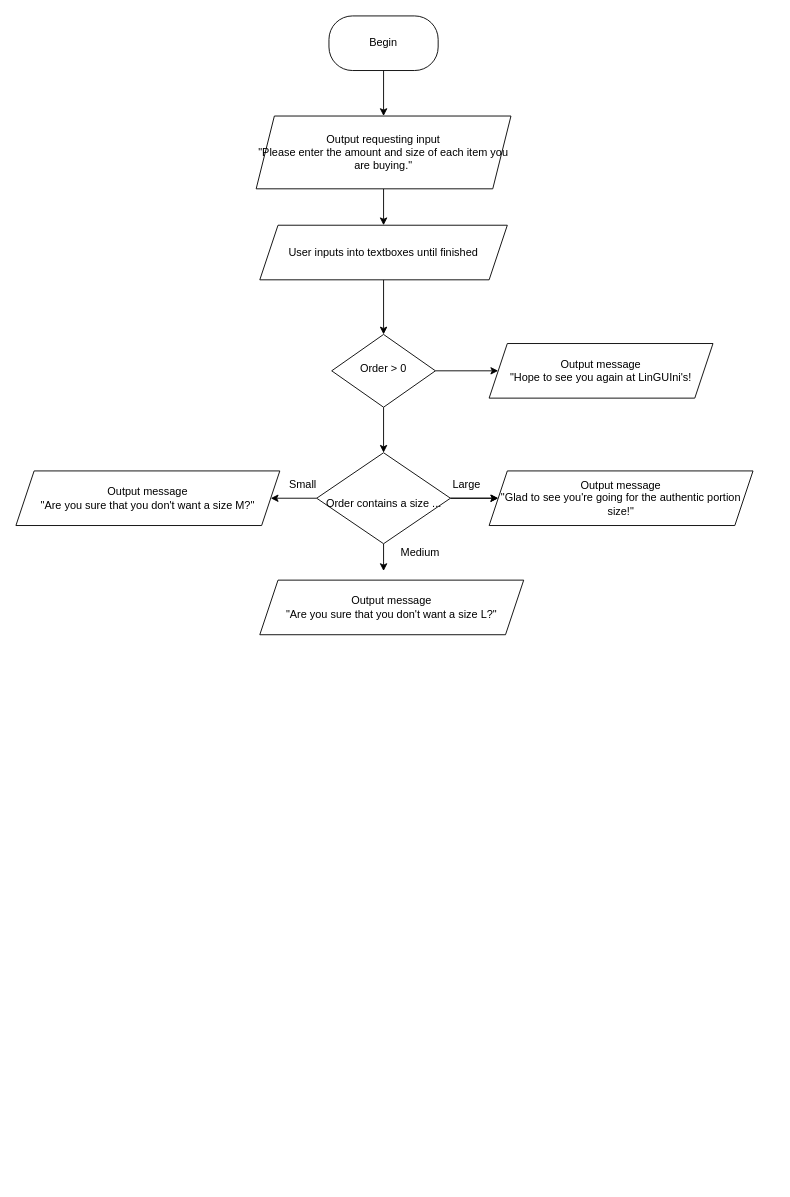
Above: ChongAssignment7_Flowchart.drawio in r-chong/ICS3U1_javaProjects (draw.io), before the change. Source tidied: cells renumbered, new cells numbered last; positions are measured from the earlier drawing's top-left corner, leaving out a move shared by most shapes. Both pictures are drawn from the tidied source at 91%, with x=0, y=0 at pixel (15, 15).
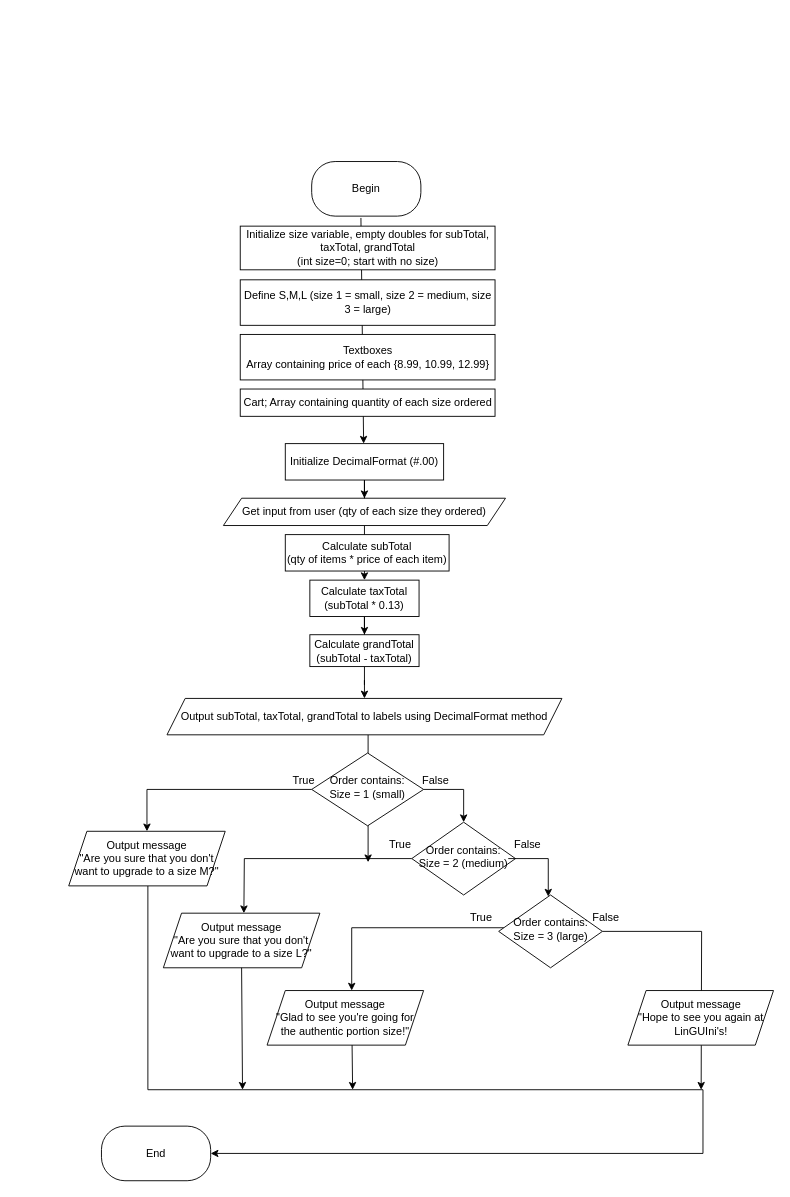
The same page after the edit.

Commit message (it also covers changes not shown here):
finished flowchart

Change to the diagram source:
```diff
@@
-    <mxCell id="2" style="edgeStyle=orthogonalEdgeStyle;rounded=0;jettySize=auto;html=1;" parent="1" edge="1" source="4" target="16">
-      <mxGeometry relative="1" as="geometry" />
-    </mxCell>
-    <mxCell id="3" style="edgeStyle=orthogonalEdgeStyle;rounded=0;jettySize=auto;html=1;" parent="1" edge="1" source="4" target="9">
-      <mxGeometry relative="1" as="geometry" />
-    </mxCell>
-    <mxCell id="4" value="Order &amp;gt; 0" style="rhombus;whiteSpace=wrap;html=1;shadow=0;fontFamily=Helvetica;fontSize=12;align=center;strokeWidth=1;spacing=6;spacingTop=-4;" parent="1" vertex="1">
-      <mxGeometry x="347" y="350" width="114" height="80" as="geometry" />
-    </mxCell>
-    <mxCell id="5" style="edgeStyle=orthogonalEdgeStyle;rounded=0;jettySize=auto;html=1;" parent="1" edge="1" source="9">
-      <mxGeometry relative="1" as="geometry">
-        <mxPoint x="404" y="610" as="targetPoint" />
-      </mxGeometry>
-    </mxCell>
-    <mxCell id="6" style="edgeStyle=orthogonalEdgeStyle;rounded=0;jettySize=auto;html=1;" parent="1" edge="1" source="9" target="17">
-      <mxGeometry relative="1" as="geometry" />
-    </mxCell>
-    <mxCell id="7" style="edgeStyle=orthogonalEdgeStyle;rounded=0;jettySize=auto;html=1;" parent="1" edge="1" source="9" target="17">
-      <mxGeometry relative="1" as="geometry" />
-    </mxCell>
-    <mxCell id="8" style="edgeStyle=orthogonalEdgeStyle;rounded=0;jettySize=auto;html=1;" parent="1" edge="1" source="9" target="21">
-      <mxGeometry relative="1" as="geometry" />
-    </mxCell>
-    <mxCell id="9" value="&lt;br&gt;Order contains a size ..." style="rhombus;whiteSpace=wrap;html=1;shadow=0;fontFamily=Helvetica;fontSize=12;align=center;strokeWidth=1;spacing=6;spacingTop=-4;" parent="1" vertex="1">
-      <mxGeometry x="330.5" y="480" width="147" height="100" as="geometry" />
-    </mxCell>
-    <mxCell id="10" style="edgeStyle=orthogonalEdgeStyle;rounded=0;jettySize=auto;html=1;" parent="1" edge="1" source="11" target="15">
-      <mxGeometry relative="1" as="geometry" />
-    </mxCell>
     <mxCell id="11" value="Begin" style="rounded=1;whiteSpace=wrap;html=1;arcSize=43;" parent="1" vertex="1">
-      <mxGeometry x="344" width="120" height="60" as="geometry" />
+      <mxGeometry x="325" y="160" width="120" height="60" as="geometry" />
     </mxCell>
-    <mxCell id="12" style="edgeStyle=orthogonalEdgeStyle;rounded=0;jettySize=auto;html=1;" parent="1" edge="1" source="13" target="4">
-      <mxGeometry relative="1" as="geometry" />
+    <mxCell id="12" style="edgeStyle=orthogonalEdgeStyle;rounded=0;orthogonalLoop=1;jettySize=auto;html=1;" parent="1" edge="1">
+      <mxGeometry relative="1" as="geometry">
+        <mxPoint x="387" y="790" as="sourcePoint" />
+        <mxPoint x="387" y="930" as="targetPoint" />
+      </mxGeometry>
     </mxCell>
-    <mxCell id="13" value="User inputs into textboxes until finished" style="shape=parallelogram;perimeter=parallelogramPerimeter;whiteSpace=wrap;html=1;fixedSize=1;" parent="1" vertex="1">
-      <mxGeometry x="268" y="230" width="272" height="60" as="geometry" />
-    </mxCell>
-    <mxCell id="14" style="edgeStyle=orthogonalEdgeStyle;rounded=0;jettySize=auto;html=1;entryX=0.5;entryY=0;entryDx=0;entryDy=0;" parent="1" edge="1" source="15" target="13">
-      <mxGeometry relative="1" as="geometry" />
-    </mxCell>
+    <mxCell id="23" style="edgeStyle=orthogonalEdgeStyle;rounded=0;jettySize=auto;html=1;" parent="1" edge="1" source="15" target="46">
+      <mxGeometry relative="1" as="geometry" />
+    </mxCell>
-    <mxCell id="15" value="Output requesting input&lt;br&gt;&quot;Please enter the amount and size of each item you are buying.&quot;" style="shape=parallelogram;perimeter=parallelogramPerimeter;whiteSpace=wrap;html=1;fixedSize=1;" parent="1" vertex="1">
-      <mxGeometry x="264" y="110" width="280" height="80" as="geometry" />
+    <mxCell id="15" value="Get input from user (qty of each size they ordered)" style="shape=parallelogram;perimeter=parallelogramPerimeter;whiteSpace=wrap;html=1;fixedSize=1;" parent="1" vertex="1">
+      <mxGeometry x="228" y="530" width="310" height="30" as="geometry" />
     </mxCell>
+    <mxCell id="24" style="edgeStyle=orthogonalEdgeStyle;rounded=0;jettySize=auto;html=1;" parent="1" edge="1" source="21" target="25">
+      <mxGeometry relative="1" as="geometry">
+        <Array as="points">
+          <mxPoint x="145" y="1180" />
+          <mxPoint x="755" y="1180" />
+          <mxPoint x="755" y="1250" />
+        </Array>
+      </mxGeometry>
+    </mxCell>
+    <mxCell id="21" value="Output message&lt;br&gt;&quot;Are you sure that you don't want to upgrade to a size M?&quot;" style="shape=parallelogram;perimeter=parallelogramPerimeter;whiteSpace=wrap;html=1;fixedSize=1;" parent="1" vertex="1">
+      <mxGeometry x="58" y="896" width="172" height="60" as="geometry" />
+    </mxCell>
+    <mxCell id="25" value="End" style="rounded=1;whiteSpace=wrap;html=1;arcSize=43;" parent="1" vertex="1">
+      <mxGeometry x="94" y="1220" width="120" height="60" as="geometry" />
+    </mxCell>
+    <mxCell id="26" style="edgeStyle=orthogonalEdgeStyle;rounded=0;jettySize=auto;html=1;" parent="1" edge="1" source="28" target="30">
+      <mxGeometry relative="1" as="geometry">
+        <Array as="points">
+          <mxPoint x="492" y="850" />
+        </Array>
+      </mxGeometry>
+    </mxCell>
+    <mxCell id="27" style="edgeStyle=orthogonalEdgeStyle;rounded=0;jettySize=auto;html=1;" parent="1" edge="1" source="28" target="21">
+      <mxGeometry relative="1" as="geometry" />
+    </mxCell>
+    <mxCell id="28" value="Order contains:&lt;br&gt;Size = 1 (small)" style="rhombus;whiteSpace=wrap;html=1;shadow=0;fontFamily=Helvetica;fontSize=12;align=center;strokeWidth=1;spacing=6;spacingTop=-4;" parent="1" vertex="1">
+      <mxGeometry x="325" y="810" width="123" height="80" as="geometry" />
+    </mxCell>
+    <mxCell id="29" style="edgeStyle=orthogonalEdgeStyle;rounded=0;jettySize=auto;html=1;" parent="1" edge="1" source="30">
+      <mxGeometry relative="1" as="geometry">
+        <mxPoint x="250.5" y="986" as="targetPoint" />
+      </mxGeometry>
+    </mxCell>
+    <mxCell id="30" value="Order contains:&lt;br&gt;Size = 2 (medium)" style="rhombus;whiteSpace=wrap;html=1;shadow=0;fontFamily=Helvetica;fontSize=12;align=center;strokeWidth=1;spacing=6;spacingTop=-4;" parent="1" vertex="1">
+      <mxGeometry x="435" y="886" width="114" height="80" as="geometry" />
+    </mxCell>
+    <mxCell id="31" style="edgeStyle=orthogonalEdgeStyle;rounded=0;jettySize=auto;html=1;" parent="1" edge="1" target="34">
+      <mxGeometry relative="1" as="geometry">
+        <mxPoint x="541" y="926" as="sourcePoint" />
+        <Array as="points">
+          <mxPoint x="585" y="926" />
+        </Array>
+      </mxGeometry>
+    </mxCell>
+    <mxCell id="32" style="edgeStyle=orthogonalEdgeStyle;rounded=0;jettySize=auto;html=1;" parent="1" edge="1" source="34">
+      <mxGeometry relative="1" as="geometry">
+        <mxPoint x="369" y="1071" as="targetPoint" />
+        <Array as="points">
+          <mxPoint x="368.5" y="1002" />
+        </Array>
+      </mxGeometry>
+    </mxCell>
+    <mxCell id="33" style="edgeStyle=orthogonalEdgeStyle;rounded=0;jettySize=auto;html=1;" parent="1" edge="1" source="34">
+      <mxGeometry relative="1" as="geometry">
+        <mxPoint x="753" y="1180" as="targetPoint" />
+      </mxGeometry>
+    </mxCell>
+    <mxCell id="34" value="Order contains:&lt;br&gt;Size = 3 (large)" style="rhombus;whiteSpace=wrap;html=1;shadow=0;fontFamily=Helvetica;fontSize=12;align=center;strokeWidth=1;spacing=6;spacingTop=-4;" parent="1" vertex="1">
+      <mxGeometry x="530.5" y="966" width="114" height="80" as="geometry" />
+    </mxCell>
+    <mxCell id="35" value="Output message&lt;br&gt;&quot;Are you sure that you don't want to upgrade to a size L?&quot;" style="shape=parallelogram;perimeter=parallelogramPerimeter;whiteSpace=wrap;html=1;fixedSize=1;" parent="1" vertex="1">
+      <mxGeometry x="162" y="986" width="172" height="60" as="geometry" />
+    </mxCell>
+    <mxCell id="17" value="Output message&lt;br&gt;&quot;Glad to see you're going for the authentic portion size!&quot;" style="shape=parallelogram;perimeter=parallelogramPerimeter;whiteSpace=wrap;html=1;fixedSize=1;" parent="1" vertex="1">
+      <mxGeometry x="276" y="1071" width="172" height="60" as="geometry" />
+    </mxCell>
+    <mxCell id="36" value="True" style="text;html=1;align=center;verticalAlign=middle;strokeColor=none;fillColor=none;" parent="1" vertex="1">
+      <mxGeometry x="290.5" y="826" width="50" height="30" as="geometry" />
+    </mxCell>
+    <mxCell id="37" value="False" style="text;html=1;align=center;verticalAlign=middle;strokeColor=none;fillColor=none;" parent="1" vertex="1">
+      <mxGeometry x="436" y="826" width="50" height="30" as="geometry" />
+    </mxCell>
+    <mxCell id="38" value="True" style="text;html=1;align=center;verticalAlign=middle;strokeColor=none;fillColor=none;" parent="1" vertex="1">
+      <mxGeometry x="397" y="896" width="50" height="30" as="geometry" />
+    </mxCell>
+    <mxCell id="39" value="False" style="text;html=1;align=center;verticalAlign=middle;strokeColor=none;fillColor=none;" parent="1" vertex="1">
+      <mxGeometry x="537" y="896" width="50" height="30" as="geometry" />
+    </mxCell>
+    <mxCell id="40" value="True" style="text;html=1;align=center;verticalAlign=middle;strokeColor=none;fillColor=none;" parent="1" vertex="1">
+      <mxGeometry x="486" y="976" width="50" height="30" as="geometry" />
+    </mxCell>
+    <mxCell id="41" value="False" style="text;html=1;align=center;verticalAlign=middle;strokeColor=none;fillColor=none;" parent="1" vertex="1">
+      <mxGeometry x="622.5" y="976" width="50" height="30" as="geometry" />
+    </mxCell>
+    <mxCell id="42" style="endArrow=classic;html=1;rounded=0;" parent="1" edge="1">
+      <mxGeometry relative="1" as="geometry">
+        <mxPoint x="248" y="1046" as="sourcePoint" />
+        <mxPoint x="249" y="1180" as="targetPoint" />
+      </mxGeometry>
+    </mxCell>
+    <mxCell id="43" style="endArrow=classic;html=1;rounded=0;exitX=0.543;exitY=1;exitDx=0;exitDy=0;exitPerimeter=0;" parent="1" edge="1" source="17">
+      <mxGeometry relative="1" as="geometry">
+        <mxPoint x="370" y="1180" as="targetPoint" />
+      </mxGeometry>
+    </mxCell>
     <mxCell id="16" value="Output message&lt;br&gt;&quot;Hope to see you again at LinGUIni's!" style="shape=parallelogram;perimeter=parallelogramPerimeter;whiteSpace=wrap;html=1;fixedSize=1;" parent="1" vertex="1">
-      <mxGeometry x="520" y="360" width="246" height="60" as="geometry" />
+      <mxGeometry x="672.5" y="1071" width="160" height="60" as="geometry" />
     </mxCell>
-    <mxCell id="17" value="Output message&lt;br&gt;&quot;Glad to see you're going for the authentic portion size!&quot;" style="shape=parallelogram;perimeter=parallelogramPerimeter;whiteSpace=wrap;html=1;fixedSize=1;" parent="1" vertex="1">
-      <mxGeometry x="520" y="500" width="290" height="60" as="geometry" />
-    </mxCell>
-    <mxCell id="18" value="Small" style="text;html=1;align=center;verticalAlign=middle;strokeColor=none;fillColor=none;" parent="1" vertex="1">
-      <mxGeometry x="290" y="500" width="50" height="30" as="geometry" />
-    </mxCell>
-    <mxCell id="19" value="Medium" style="text;html=1;align=center;verticalAlign=middle;strokeColor=none;fillColor=none;" parent="1" vertex="1">
-      <mxGeometry x="409" y="575" width="70" height="30" as="geometry" />
-    </mxCell>
-    <mxCell id="20" value="Output message&lt;br&gt;&quot;Are you sure that you don't want a size L?&quot;" style="shape=parallelogram;perimeter=parallelogramPerimeter;whiteSpace=wrap;html=1;fixedSize=1;" parent="1" vertex="1">
-      <mxGeometry x="268" y="620" width="290" height="60" as="geometry" />
-    </mxCell>
-    <mxCell id="21" value="Output message&lt;br&gt;&quot;Are you sure that you don't want a size M?&quot;" style="shape=parallelogram;perimeter=parallelogramPerimeter;whiteSpace=wrap;html=1;fixedSize=1;" parent="1" vertex="1">
-      <mxGeometry y="500" width="290" height="60" as="geometry" />
-    </mxCell>
-    <mxCell id="22" value="Large" style="text;html=1;align=center;verticalAlign=middle;strokeColor=none;fillColor=none;" parent="1" vertex="1">
-      <mxGeometry x="470" y="500" width="50" height="30" as="geometry" />
-    </mxCell>
+    <mxCell id="44" value="Calculate subTotal&lt;br&gt;(qty of items * price of each item)" style="rounded=0;whiteSpace=wrap;html=1;" parent="1" vertex="1">
+      <mxGeometry x="296" y="570" width="180" height="40" as="geometry" />
+    </mxCell>
+    <mxCell id="45" style="edgeStyle=orthogonalEdgeStyle;rounded=0;jettySize=auto;html=1;" parent="1" edge="1" source="46" target="50">
+      <mxGeometry relative="1" as="geometry" />
+    </mxCell>
+    <mxCell id="46" value="Calculate taxTotal&lt;br&gt;(subTotal * 0.13)" style="rounded=0;whiteSpace=wrap;html=1;" parent="1" vertex="1">
+      <mxGeometry x="323" y="620" width="120" height="40" as="geometry" />
+    </mxCell>
+    <mxCell id="47" style="edgeStyle=orthogonalEdgeStyle;rounded=0;jettySize=auto;html=1;" parent="1" edge="1" source="48" target="15">
+      <mxGeometry relative="1" as="geometry" />
+    </mxCell>
+    <mxCell id="48" value="Initialize DecimalFormat (#.00)" style="rounded=0;whiteSpace=wrap;html=1;" parent="1" vertex="1">
+      <mxGeometry x="296" y="470" width="174" height="40" as="geometry" />
+    </mxCell>
+    <mxCell id="49" style="edgeStyle=orthogonalEdgeStyle;rounded=0;jettySize=auto;html=1;" parent="1" edge="1" source="50" target="56">
+      <mxGeometry relative="1" as="geometry" />
+    </mxCell>
+    <mxCell id="50" value="Calculate grandTotal&lt;br&gt;(subTotal - taxTotal)" style="rounded=0;whiteSpace=wrap;html=1;" parent="1" vertex="1">
+      <mxGeometry x="323" y="680" width="120" height="35" as="geometry" />
+    </mxCell>
+    <mxCell id="51" style="endArrow=classic;html=1;rounded=0;exitX=0.451;exitY=1.033;exitDx=0;exitDy=0;exitPerimeter=0;" parent="1" edge="1" source="11">
+      <mxGeometry relative="1" as="geometry">
+        <mxPoint x="382.1" y="470" as="targetPoint" />
+      </mxGeometry>
+    </mxCell>
+    <mxCell id="52" value="Initialize size variable, empty doubles for subTotal, taxTotal, grandTotal&lt;br style=&quot;border-color: var(--border-color);&quot;&gt;(int size=0; start with no size)" style="rounded=0;whiteSpace=wrap;html=1;" parent="1" vertex="1">
+      <mxGeometry x="246.5" y="231" width="280" height="48" as="geometry" />
+    </mxCell>
+    <mxCell id="53" value="Define S,M,L (size 1 = small, size 2 = medium, size 3 = large)" style="rounded=0;whiteSpace=wrap;html=1;" parent="1" vertex="1">
+      <mxGeometry x="246.5" y="290" width="280" height="50" as="geometry" />
+    </mxCell>
+    <mxCell id="54" value="Textboxes&lt;br style=&quot;border-color: var(--border-color);&quot;&gt;Array containing price of each {8.99, 10.99, 12.99}" style="rounded=0;whiteSpace=wrap;html=1;" parent="1" vertex="1">
+      <mxGeometry x="246.5" y="350" width="280" height="50" as="geometry" />
+    </mxCell>
+    <mxCell id="55" value="Cart; Array containing quantity of each size ordered" style="rounded=0;whiteSpace=wrap;html=1;" parent="1" vertex="1">
+      <mxGeometry x="246.5" y="410" width="280" height="30" as="geometry" />
+    </mxCell>
+    <mxCell id="56" value="Output subTotal, taxTotal, grandTotal to labels using DecimalFormat method" style="shape=parallelogram;perimeter=parallelogramPerimeter;whiteSpace=wrap;html=1;fixedSize=1;" parent="1" vertex="1">
+      <mxGeometry x="166" y="750" width="434" height="40" as="geometry" />
+    </mxCell>
```
